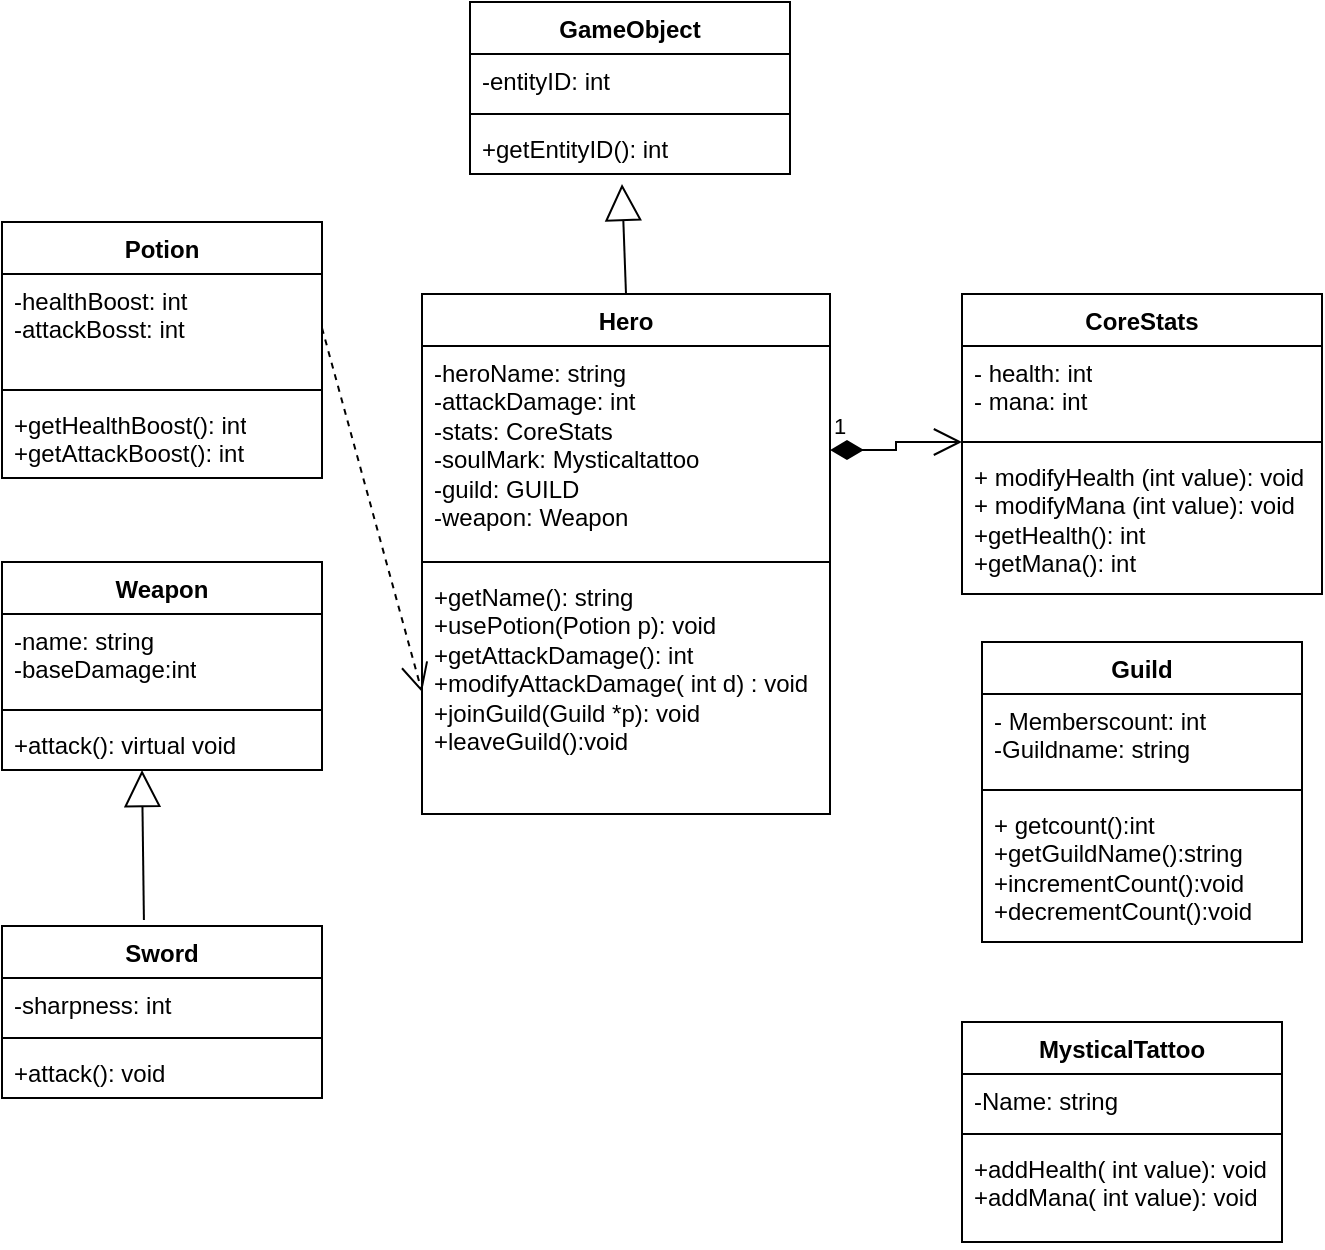
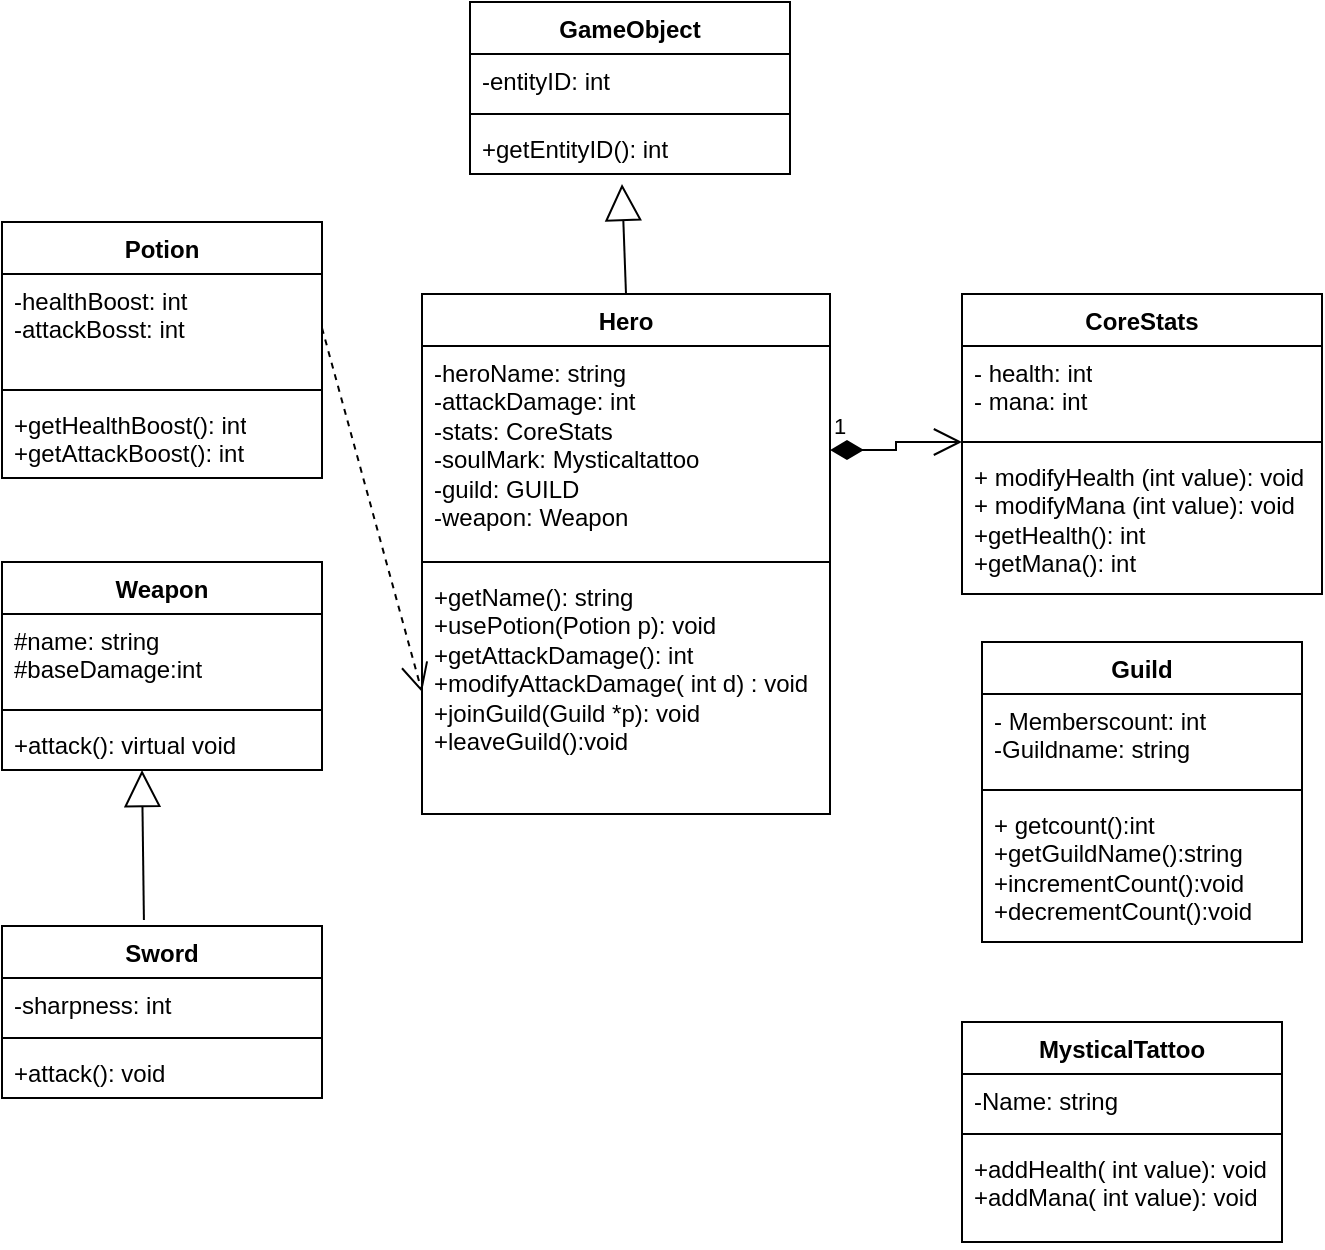
- <mxfile host="Electron" modified="2026-05-21T23:41:49.193Z" agent="Mozilla/5.0 (Windows NT 10.0; Win64; x64) AppleWebKit/537.36 (KHTML, like Gecko) draw.io/24.4.0 Chrome/120.0.6099.109 Electron/28.1.0 Safari/537.36" etag="yQ-v6boM1E7LoKdMhHjD" version="24.4.0" type="device">
+ <mxfile host="Electron" modified="2026-05-21T23:47:07.541Z" agent="Mozilla/5.0 (Windows NT 10.0; Win64; x64) AppleWebKit/537.36 (KHTML, like Gecko) draw.io/24.4.0 Chrome/120.0.6099.109 Electron/28.1.0 Safari/537.36" etag="iZG5FHQVWImlIttax7Pn" version="24.4.0" type="device">
  <diagram id="C5RBs43oDa-KdzZeNtuy" name="Page-1">
    <mxGraphModel dx="720" dy="430" grid="1" gridSize="10" guides="1" tooltips="1" connect="1" arrows="1" fold="1" page="1" pageScale="1" pageWidth="827" pageHeight="1169" math="0" shadow="0">
      <root>
        <mxCell id="WIyWlLk6GJQsqaUBKTNV-0" />
        <mxCell id="WIyWlLk6GJQsqaUBKTNV-1" parent="WIyWlLk6GJQsqaUBKTNV-0" />
        <mxCell id="p3vUgTUbWygCvYEN91rt-4" value="Hero" style="swimlane;fontStyle=1;align=center;verticalAlign=top;childLayout=stackLayout;horizontal=1;startSize=26;horizontalStack=0;resizeParent=1;resizeParentMax=0;resizeLast=0;collapsible=1;marginBottom=0;whiteSpace=wrap;html=1;" vertex="1" parent="WIyWlLk6GJQsqaUBKTNV-1">
          <mxGeometry x="310" y="166" width="204" height="260" as="geometry" />
        </mxCell>
        <mxCell id="p3vUgTUbWygCvYEN91rt-5" value="-heroName: string&lt;div&gt;-attackDamage: int&lt;/div&gt;&lt;div&gt;-stats: CoreStats&lt;/div&gt;&lt;div&gt;-soulMark: Mysticaltattoo&lt;/div&gt;&lt;div&gt;-guild: GUILD&lt;/div&gt;&lt;div&gt;-weapon: Weapon&lt;/div&gt;&lt;div&gt;&lt;br&gt;&lt;/div&gt;" style="text;strokeColor=none;fillColor=none;align=left;verticalAlign=top;spacingLeft=4;spacingRight=4;overflow=hidden;rotatable=0;points=[[0,0.5],[1,0.5]];portConstraint=eastwest;whiteSpace=wrap;html=1;" vertex="1" parent="p3vUgTUbWygCvYEN91rt-4">
          <mxGeometry y="26" width="204" height="104" as="geometry" />
        </mxCell>
        <mxCell id="p3vUgTUbWygCvYEN91rt-6" value="" style="line;strokeWidth=1;fillColor=none;align=left;verticalAlign=middle;spacingTop=-1;spacingLeft=3;spacingRight=3;rotatable=0;labelPosition=right;points=[];portConstraint=eastwest;strokeColor=inherit;" vertex="1" parent="p3vUgTUbWygCvYEN91rt-4">
          <mxGeometry y="130" width="204" height="8" as="geometry" />
        </mxCell>
        <mxCell id="p3vUgTUbWygCvYEN91rt-7" value="+getName(): string&lt;div&gt;+usePotion(Potion p): void&lt;/div&gt;&lt;div&gt;+getAttackDamage(): int&lt;/div&gt;&lt;div&gt;+modifyAttackDamage( int d) : void&lt;/div&gt;&lt;div&gt;+joinGuild(Guild *p): void&lt;/div&gt;&lt;div&gt;+leaveGuild():void&lt;/div&gt;&lt;div&gt;&lt;br&gt;&lt;div&gt;&lt;br&gt;&lt;/div&gt;&lt;/div&gt;" style="text;strokeColor=none;fillColor=none;align=left;verticalAlign=top;spacingLeft=4;spacingRight=4;overflow=hidden;rotatable=0;points=[[0,0.5],[1,0.5]];portConstraint=eastwest;whiteSpace=wrap;html=1;" vertex="1" parent="p3vUgTUbWygCvYEN91rt-4">
          <mxGeometry y="138" width="204" height="122" as="geometry" />
        </mxCell>
        <mxCell id="p3vUgTUbWygCvYEN91rt-8" value="CoreStats" style="swimlane;fontStyle=1;align=center;verticalAlign=top;childLayout=stackLayout;horizontal=1;startSize=26;horizontalStack=0;resizeParent=1;resizeParentMax=0;resizeLast=0;collapsible=1;marginBottom=0;whiteSpace=wrap;html=1;" vertex="1" parent="WIyWlLk6GJQsqaUBKTNV-1">
          <mxGeometry x="580" y="166" width="180" height="150" as="geometry" />
        </mxCell>
        <mxCell id="p3vUgTUbWygCvYEN91rt-9" value="- health: int&lt;div&gt;- mana: int&lt;/div&gt;" style="text;strokeColor=none;fillColor=none;align=left;verticalAlign=top;spacingLeft=4;spacingRight=4;overflow=hidden;rotatable=0;points=[[0,0.5],[1,0.5]];portConstraint=eastwest;whiteSpace=wrap;html=1;" vertex="1" parent="p3vUgTUbWygCvYEN91rt-8">
          <mxGeometry y="26" width="180" height="44" as="geometry" />
        </mxCell>
        <mxCell id="p3vUgTUbWygCvYEN91rt-10" value="" style="line;strokeWidth=1;fillColor=none;align=left;verticalAlign=middle;spacingTop=-1;spacingLeft=3;spacingRight=3;rotatable=0;labelPosition=right;points=[];portConstraint=eastwest;strokeColor=inherit;" vertex="1" parent="p3vUgTUbWygCvYEN91rt-8">
          <mxGeometry y="70" width="180" height="8" as="geometry" />
        </mxCell>
        <mxCell id="p3vUgTUbWygCvYEN91rt-11" value="+ modifyHealth (int value): void&lt;div&gt;+ modifyMana (int value): void&lt;/div&gt;&lt;div&gt;+getHealth(): int&lt;/div&gt;&lt;div&gt;+getMana(): int&lt;/div&gt;&lt;div&gt;&lt;br&gt;&lt;div&gt;&lt;br&gt;&lt;/div&gt;&lt;/div&gt;" style="text;strokeColor=none;fillColor=none;align=left;verticalAlign=top;spacingLeft=4;spacingRight=4;overflow=hidden;rotatable=0;points=[[0,0.5],[1,0.5]];portConstraint=eastwest;whiteSpace=wrap;html=1;" vertex="1" parent="p3vUgTUbWygCvYEN91rt-8">
          <mxGeometry y="78" width="180" height="72" as="geometry" />
        </mxCell>
        <mxCell id="p3vUgTUbWygCvYEN91rt-12" value="MysticalTattoo" style="swimlane;fontStyle=1;align=center;verticalAlign=top;childLayout=stackLayout;horizontal=1;startSize=26;horizontalStack=0;resizeParent=1;resizeParentMax=0;resizeLast=0;collapsible=1;marginBottom=0;whiteSpace=wrap;html=1;" vertex="1" parent="WIyWlLk6GJQsqaUBKTNV-1">
          <mxGeometry x="580" y="530" width="160" height="110" as="geometry" />
        </mxCell>
        <mxCell id="p3vUgTUbWygCvYEN91rt-13" value="-Name: string" style="text;strokeColor=none;fillColor=none;align=left;verticalAlign=top;spacingLeft=4;spacingRight=4;overflow=hidden;rotatable=0;points=[[0,0.5],[1,0.5]];portConstraint=eastwest;whiteSpace=wrap;html=1;" vertex="1" parent="p3vUgTUbWygCvYEN91rt-12">
          <mxGeometry y="26" width="160" height="26" as="geometry" />
        </mxCell>
        <mxCell id="p3vUgTUbWygCvYEN91rt-14" value="" style="line;strokeWidth=1;fillColor=none;align=left;verticalAlign=middle;spacingTop=-1;spacingLeft=3;spacingRight=3;rotatable=0;labelPosition=right;points=[];portConstraint=eastwest;strokeColor=inherit;" vertex="1" parent="p3vUgTUbWygCvYEN91rt-12">
          <mxGeometry y="52" width="160" height="8" as="geometry" />
        </mxCell>
        <mxCell id="p3vUgTUbWygCvYEN91rt-15" value="+addHealth( int value): void&lt;div&gt;+addMana( int value): void&lt;/div&gt;" style="text;strokeColor=none;fillColor=none;align=left;verticalAlign=top;spacingLeft=4;spacingRight=4;overflow=hidden;rotatable=0;points=[[0,0.5],[1,0.5]];portConstraint=eastwest;whiteSpace=wrap;html=1;" vertex="1" parent="p3vUgTUbWygCvYEN91rt-12">
          <mxGeometry y="60" width="160" height="50" as="geometry" />
        </mxCell>
        <mxCell id="p3vUgTUbWygCvYEN91rt-16" value="Guild" style="swimlane;fontStyle=1;align=center;verticalAlign=top;childLayout=stackLayout;horizontal=1;startSize=26;horizontalStack=0;resizeParent=1;resizeParentMax=0;resizeLast=0;collapsible=1;marginBottom=0;whiteSpace=wrap;html=1;" vertex="1" parent="WIyWlLk6GJQsqaUBKTNV-1">
          <mxGeometry x="590" y="340" width="160" height="150" as="geometry" />
        </mxCell>
        <mxCell id="p3vUgTUbWygCvYEN91rt-17" value="- Memberscount: int&lt;div&gt;-Guildname: string&lt;/div&gt;" style="text;strokeColor=none;fillColor=none;align=left;verticalAlign=top;spacingLeft=4;spacingRight=4;overflow=hidden;rotatable=0;points=[[0,0.5],[1,0.5]];portConstraint=eastwest;whiteSpace=wrap;html=1;" vertex="1" parent="p3vUgTUbWygCvYEN91rt-16">
          <mxGeometry y="26" width="160" height="44" as="geometry" />
        </mxCell>
        <mxCell id="p3vUgTUbWygCvYEN91rt-18" value="" style="line;strokeWidth=1;fillColor=none;align=left;verticalAlign=middle;spacingTop=-1;spacingLeft=3;spacingRight=3;rotatable=0;labelPosition=right;points=[];portConstraint=eastwest;strokeColor=inherit;" vertex="1" parent="p3vUgTUbWygCvYEN91rt-16">
          <mxGeometry y="70" width="160" height="8" as="geometry" />
        </mxCell>
        <mxCell id="p3vUgTUbWygCvYEN91rt-19" value="+ getcount():int&lt;div&gt;+getGuildName():string&lt;br&gt;&lt;div&gt;+incrementCount():void&lt;/div&gt;&lt;div&gt;+decrementCount():void&lt;br&gt;&lt;div&gt;&lt;br&gt;&lt;/div&gt;&lt;/div&gt;&lt;/div&gt;" style="text;strokeColor=none;fillColor=none;align=left;verticalAlign=top;spacingLeft=4;spacingRight=4;overflow=hidden;rotatable=0;points=[[0,0.5],[1,0.5]];portConstraint=eastwest;whiteSpace=wrap;html=1;" vertex="1" parent="p3vUgTUbWygCvYEN91rt-16">
          <mxGeometry y="78" width="160" height="72" as="geometry" />
        </mxCell>
        <mxCell id="p3vUgTUbWygCvYEN91rt-20" value="Weapon" style="swimlane;fontStyle=1;align=center;verticalAlign=top;childLayout=stackLayout;horizontal=1;startSize=26;horizontalStack=0;resizeParent=1;resizeParentMax=0;resizeLast=0;collapsible=1;marginBottom=0;whiteSpace=wrap;html=1;" vertex="1" parent="WIyWlLk6GJQsqaUBKTNV-1">
          <mxGeometry x="100" y="300" width="160" height="104" as="geometry" />
        </mxCell>
-         <mxCell id="p3vUgTUbWygCvYEN91rt-21" value="-name: string&lt;div&gt;-baseDamage:int&lt;br&gt;&lt;div&gt;&lt;br&gt;&lt;/div&gt;&lt;/div&gt;" style="text;strokeColor=none;fillColor=none;align=left;verticalAlign=top;spacingLeft=4;spacingRight=4;overflow=hidden;rotatable=0;points=[[0,0.5],[1,0.5]];portConstraint=eastwest;whiteSpace=wrap;html=1;" vertex="1" parent="p3vUgTUbWygCvYEN91rt-20">
+         <mxCell id="p3vUgTUbWygCvYEN91rt-21" value="#name: string&lt;div&gt;#baseDamage:int&lt;br&gt;&lt;div&gt;&lt;br&gt;&lt;/div&gt;&lt;/div&gt;" style="text;strokeColor=none;fillColor=none;align=left;verticalAlign=top;spacingLeft=4;spacingRight=4;overflow=hidden;rotatable=0;points=[[0,0.5],[1,0.5]];portConstraint=eastwest;whiteSpace=wrap;html=1;" vertex="1" parent="p3vUgTUbWygCvYEN91rt-20">
          <mxGeometry y="26" width="160" height="44" as="geometry" />
        </mxCell>
        <mxCell id="p3vUgTUbWygCvYEN91rt-22" value="" style="line;strokeWidth=1;fillColor=none;align=left;verticalAlign=middle;spacingTop=-1;spacingLeft=3;spacingRight=3;rotatable=0;labelPosition=right;points=[];portConstraint=eastwest;strokeColor=inherit;" vertex="1" parent="p3vUgTUbWygCvYEN91rt-20">
          <mxGeometry y="70" width="160" height="8" as="geometry" />
        </mxCell>
        <mxCell id="p3vUgTUbWygCvYEN91rt-23" value="+attack(): virtual void" style="text;strokeColor=none;fillColor=none;align=left;verticalAlign=top;spacingLeft=4;spacingRight=4;overflow=hidden;rotatable=0;points=[[0,0.5],[1,0.5]];portConstraint=eastwest;whiteSpace=wrap;html=1;" vertex="1" parent="p3vUgTUbWygCvYEN91rt-20">
          <mxGeometry y="78" width="160" height="26" as="geometry" />
        </mxCell>
        <mxCell id="p3vUgTUbWygCvYEN91rt-24" value="Potion" style="swimlane;fontStyle=1;align=center;verticalAlign=top;childLayout=stackLayout;horizontal=1;startSize=26;horizontalStack=0;resizeParent=1;resizeParentMax=0;resizeLast=0;collapsible=1;marginBottom=0;whiteSpace=wrap;html=1;" vertex="1" parent="WIyWlLk6GJQsqaUBKTNV-1">
          <mxGeometry x="100" y="130" width="160" height="128" as="geometry" />
        </mxCell>
        <mxCell id="p3vUgTUbWygCvYEN91rt-25" value="-healthBoost: int&lt;div&gt;-attackBosst: int&lt;/div&gt;" style="text;strokeColor=none;fillColor=none;align=left;verticalAlign=top;spacingLeft=4;spacingRight=4;overflow=hidden;rotatable=0;points=[[0,0.5],[1,0.5]];portConstraint=eastwest;whiteSpace=wrap;html=1;" vertex="1" parent="p3vUgTUbWygCvYEN91rt-24">
          <mxGeometry y="26" width="160" height="54" as="geometry" />
        </mxCell>
        <mxCell id="p3vUgTUbWygCvYEN91rt-26" value="" style="line;strokeWidth=1;fillColor=none;align=left;verticalAlign=middle;spacingTop=-1;spacingLeft=3;spacingRight=3;rotatable=0;labelPosition=right;points=[];portConstraint=eastwest;strokeColor=inherit;" vertex="1" parent="p3vUgTUbWygCvYEN91rt-24">
          <mxGeometry y="80" width="160" height="8" as="geometry" />
        </mxCell>
        <mxCell id="p3vUgTUbWygCvYEN91rt-27" value="+getHealthBoost(): int&lt;div&gt;+getAttackBoost(): int&lt;/div&gt;" style="text;strokeColor=none;fillColor=none;align=left;verticalAlign=top;spacingLeft=4;spacingRight=4;overflow=hidden;rotatable=0;points=[[0,0.5],[1,0.5]];portConstraint=eastwest;whiteSpace=wrap;html=1;" vertex="1" parent="p3vUgTUbWygCvYEN91rt-24">
          <mxGeometry y="88" width="160" height="40" as="geometry" />
        </mxCell>
        <mxCell id="p3vUgTUbWygCvYEN91rt-28" value="Sword" style="swimlane;fontStyle=1;align=center;verticalAlign=top;childLayout=stackLayout;horizontal=1;startSize=26;horizontalStack=0;resizeParent=1;resizeParentMax=0;resizeLast=0;collapsible=1;marginBottom=0;whiteSpace=wrap;html=1;" vertex="1" parent="WIyWlLk6GJQsqaUBKTNV-1">
          <mxGeometry x="100" y="482" width="160" height="86" as="geometry" />
        </mxCell>
        <mxCell id="p3vUgTUbWygCvYEN91rt-29" value="-sharpness: int" style="text;strokeColor=none;fillColor=none;align=left;verticalAlign=top;spacingLeft=4;spacingRight=4;overflow=hidden;rotatable=0;points=[[0,0.5],[1,0.5]];portConstraint=eastwest;whiteSpace=wrap;html=1;" vertex="1" parent="p3vUgTUbWygCvYEN91rt-28">
          <mxGeometry y="26" width="160" height="26" as="geometry" />
        </mxCell>
        <mxCell id="p3vUgTUbWygCvYEN91rt-30" value="" style="line;strokeWidth=1;fillColor=none;align=left;verticalAlign=middle;spacingTop=-1;spacingLeft=3;spacingRight=3;rotatable=0;labelPosition=right;points=[];portConstraint=eastwest;strokeColor=inherit;" vertex="1" parent="p3vUgTUbWygCvYEN91rt-28">
          <mxGeometry y="52" width="160" height="8" as="geometry" />
        </mxCell>
        <mxCell id="p3vUgTUbWygCvYEN91rt-31" value="+attack(): void" style="text;strokeColor=none;fillColor=none;align=left;verticalAlign=top;spacingLeft=4;spacingRight=4;overflow=hidden;rotatable=0;points=[[0,0.5],[1,0.5]];portConstraint=eastwest;whiteSpace=wrap;html=1;" vertex="1" parent="p3vUgTUbWygCvYEN91rt-28">
          <mxGeometry y="60" width="160" height="26" as="geometry" />
        </mxCell>
        <mxCell id="p3vUgTUbWygCvYEN91rt-33" value="GameObject" style="swimlane;fontStyle=1;align=center;verticalAlign=top;childLayout=stackLayout;horizontal=1;startSize=26;horizontalStack=0;resizeParent=1;resizeParentMax=0;resizeLast=0;collapsible=1;marginBottom=0;whiteSpace=wrap;html=1;" vertex="1" parent="WIyWlLk6GJQsqaUBKTNV-1">
          <mxGeometry x="334" y="20" width="160" height="86" as="geometry" />
        </mxCell>
        <mxCell id="p3vUgTUbWygCvYEN91rt-34" value="-entityID: int" style="text;strokeColor=none;fillColor=none;align=left;verticalAlign=top;spacingLeft=4;spacingRight=4;overflow=hidden;rotatable=0;points=[[0,0.5],[1,0.5]];portConstraint=eastwest;whiteSpace=wrap;html=1;" vertex="1" parent="p3vUgTUbWygCvYEN91rt-33">
          <mxGeometry y="26" width="160" height="26" as="geometry" />
        </mxCell>
        <mxCell id="p3vUgTUbWygCvYEN91rt-35" value="" style="line;strokeWidth=1;fillColor=none;align=left;verticalAlign=middle;spacingTop=-1;spacingLeft=3;spacingRight=3;rotatable=0;labelPosition=right;points=[];portConstraint=eastwest;strokeColor=inherit;" vertex="1" parent="p3vUgTUbWygCvYEN91rt-33">
          <mxGeometry y="52" width="160" height="8" as="geometry" />
        </mxCell>
        <mxCell id="p3vUgTUbWygCvYEN91rt-36" value="+getEntityID(): int" style="text;strokeColor=none;fillColor=none;align=left;verticalAlign=top;spacingLeft=4;spacingRight=4;overflow=hidden;rotatable=0;points=[[0,0.5],[1,0.5]];portConstraint=eastwest;whiteSpace=wrap;html=1;" vertex="1" parent="p3vUgTUbWygCvYEN91rt-33">
          <mxGeometry y="60" width="160" height="26" as="geometry" />
        </mxCell>
        <mxCell id="p3vUgTUbWygCvYEN91rt-41" value="" style="endArrow=block;endSize=16;endFill=0;html=1;rounded=0;exitX=0.5;exitY=0;exitDx=0;exitDy=0;entryX=0.475;entryY=1.192;entryDx=0;entryDy=0;entryPerimeter=0;" edge="1" parent="WIyWlLk6GJQsqaUBKTNV-1" source="p3vUgTUbWygCvYEN91rt-4" target="p3vUgTUbWygCvYEN91rt-36">
          <mxGeometry width="160" relative="1" as="geometry">
            <mxPoint x="330" y="270" as="sourcePoint" />
            <mxPoint x="490" y="270" as="targetPoint" />
          </mxGeometry>
        </mxCell>
        <mxCell id="p3vUgTUbWygCvYEN91rt-42" value="" style="endArrow=block;endSize=16;endFill=0;html=1;rounded=0;exitX=0.5;exitY=0;exitDx=0;exitDy=0;" edge="1" parent="WIyWlLk6GJQsqaUBKTNV-1">
          <mxGeometry width="160" relative="1" as="geometry">
            <mxPoint x="170.95999999999995" y="479" as="sourcePoint" />
            <mxPoint x="170" y="404" as="targetPoint" />
          </mxGeometry>
        </mxCell>
        <mxCell id="p3vUgTUbWygCvYEN91rt-43" value="1" style="endArrow=open;html=1;endSize=12;startArrow=diamondThin;startSize=14;startFill=1;edgeStyle=orthogonalEdgeStyle;align=left;verticalAlign=bottom;rounded=0;exitX=1;exitY=0.5;exitDx=0;exitDy=0;entryX=0;entryY=1.091;entryDx=0;entryDy=0;entryPerimeter=0;" edge="1" parent="WIyWlLk6GJQsqaUBKTNV-1" source="p3vUgTUbWygCvYEN91rt-5" target="p3vUgTUbWygCvYEN91rt-9">
          <mxGeometry x="-1" y="3" relative="1" as="geometry">
            <mxPoint x="340" y="340" as="sourcePoint" />
            <mxPoint x="500" y="340" as="targetPoint" />
          </mxGeometry>
        </mxCell>
        <mxCell id="p3vUgTUbWygCvYEN91rt-49" value="" style="endArrow=open;endSize=12;dashed=1;html=1;rounded=0;entryX=0;entryY=0.5;entryDx=0;entryDy=0;exitX=1;exitY=0.5;exitDx=0;exitDy=0;" edge="1" parent="WIyWlLk6GJQsqaUBKTNV-1" source="p3vUgTUbWygCvYEN91rt-25" target="p3vUgTUbWygCvYEN91rt-7">
          <mxGeometry width="160" relative="1" as="geometry">
            <mxPoint x="260" y="390" as="sourcePoint" />
            <mxPoint x="420" y="390" as="targetPoint" />
          </mxGeometry>
        </mxCell>
      </root>
    </mxGraphModel>
  </diagram>
</mxfile>
